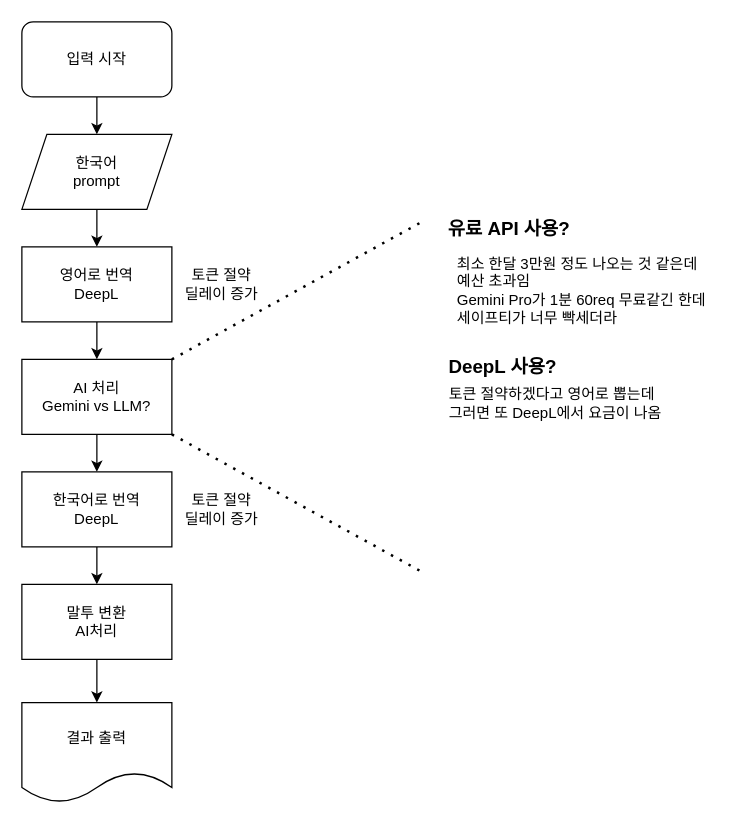
Before: Plan.drawio in uheej0625/MyAiFriend, a draw.io diagram. Source tidied: cells renumbered, new cells numbered last; positions are measured from the earlier drawing's top-left corner, leaving out a move shared by most shapes. Both pictures are drawn from the tidied source at 125%, with x=0, y=0 at pixel (21, 21).
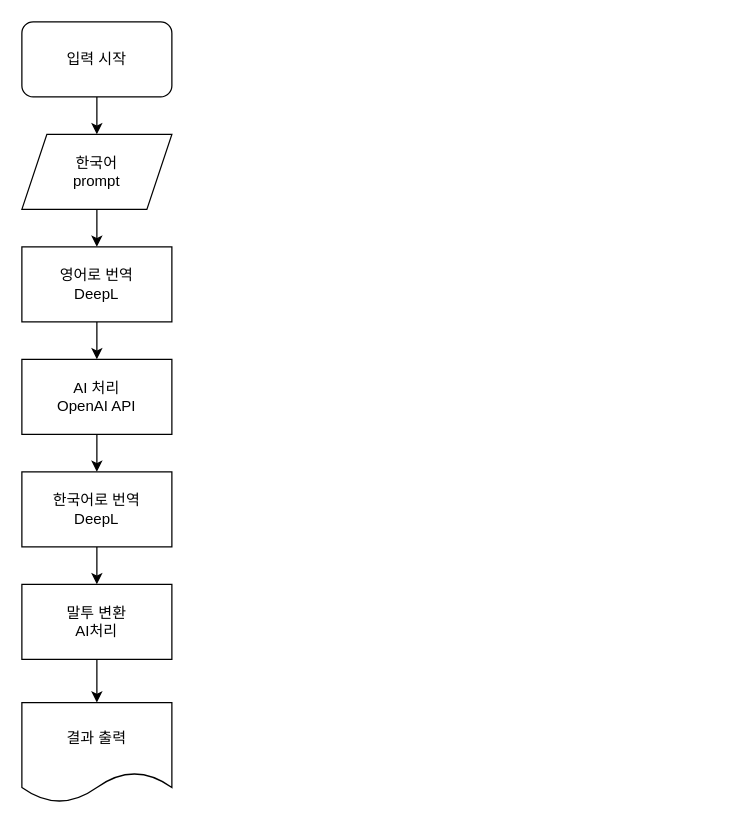
The same page after the edit.

The edit, as a diff of the source:
```diff
@@
-    <mxCell id="10" value="AI 처리&lt;br&gt;Gemini vs LLM?" style="rounded=0;whiteSpace=wrap;html=1;" parent="1" vertex="1">
+    <mxCell id="10" value="AI 처리&lt;br&gt;OpenAI API" style="rounded=0;whiteSpace=wrap;html=1;" parent="1" vertex="1">
       <mxGeometry y="270" width="120" height="60" as="geometry" />
     </mxCell>
@@
-    <mxCell id="15" value="토큰 절약&lt;br&gt;딜레이 증가" style="text;html=1;strokeColor=none;fillColor=none;align=center;verticalAlign=middle;whiteSpace=wrap;rounded=0;" parent="1" vertex="1">
-      <mxGeometry x="120" y="195" width="80" height="30" as="geometry" />
-    </mxCell>
-    <mxCell id="16" value="토큰 절약&lt;br&gt;딜레이 증가" style="text;html=1;strokeColor=none;fillColor=none;align=center;verticalAlign=middle;whiteSpace=wrap;rounded=0;" parent="1" vertex="1">
-      <mxGeometry x="120" y="375" width="80" height="30" as="geometry" />
-    </mxCell>
-    <mxCell id="17" style="endArrow=none;dashed=1;html=1;dashPattern=1 3;strokeWidth=2;rounded=0;" parent="1" edge="1">
-      <mxGeometry relative="1" as="geometry">
-        <mxPoint x="120" y="330" as="sourcePoint" />
-        <mxPoint x="320" y="440" as="targetPoint" />
-      </mxGeometry>
-    </mxCell>
-    <mxCell id="18" style="endArrow=none;dashed=1;html=1;dashPattern=1 3;strokeWidth=2;rounded=0;exitX=1;exitY=0;exitDx=0;exitDy=0;" parent="1" edge="1" source="10">
-      <mxGeometry relative="1" as="geometry">
-        <mxPoint x="320" y="160" as="targetPoint" />
-      </mxGeometry>
-    </mxCell>
-    <mxCell id="19" value="&lt;b&gt;&lt;font style=&quot;font-size: 15px;&quot;&gt;유료 API 사용?&lt;/font&gt;&lt;/b&gt;" style="text;html=1;strokeColor=none;fillColor=none;align=center;verticalAlign=middle;whiteSpace=wrap;rounded=0;" parent="1" vertex="1">
-      <mxGeometry x="330" y="150" width="120" height="30" as="geometry" />
-    </mxCell>
-    <mxCell id="20" value="&lt;div style=&quot;text-align: left;&quot;&gt;&lt;span style=&quot;background-color: initial;&quot;&gt;최소 한달 3만원 정도 나오는 것 같은데&lt;/span&gt;&lt;/div&gt;&lt;div style=&quot;text-align: left;&quot;&gt;&lt;span style=&quot;background-color: initial;&quot;&gt;예산 초과임&lt;/span&gt;&lt;/div&gt;&lt;div style=&quot;text-align: left;&quot;&gt;Gemini Pro가 1분 60req 무료같긴 한데&lt;/div&gt;&lt;div style=&quot;text-align: left;&quot;&gt;세이프티가 너무 빡세더라&lt;/div&gt;" style="text;html=1;strokeColor=none;fillColor=none;align=center;verticalAlign=middle;whiteSpace=wrap;rounded=0;" parent="1" vertex="1">
-      <mxGeometry x="340" y="170" width="216" height="90" as="geometry" />
-    </mxCell>
-    <mxCell id="21" value="&lt;span style=&quot;font-size: 15px;&quot;&gt;&lt;b&gt;DeepL 사용?&lt;/b&gt;&lt;/span&gt;" style="text;html=1;strokeColor=none;fillColor=none;align=center;verticalAlign=middle;whiteSpace=wrap;rounded=0;" parent="1" vertex="1">
-      <mxGeometry x="330" y="260" width="110" height="30" as="geometry" />
-    </mxCell>
-    <mxCell id="22" value="&lt;div style=&quot;&quot;&gt;토큰 절약하겠다고 영어로 뽑는데&lt;/div&gt;&lt;div style=&quot;&quot;&gt;그러면 또 DeepL에서 요금이 나옴&lt;/div&gt;" style="text;html=1;strokeColor=none;fillColor=none;align=left;verticalAlign=middle;whiteSpace=wrap;rounded=0;" parent="1" vertex="1">
-      <mxGeometry x="340" y="280" width="216" height="50" as="geometry" />
-    </mxCell>
```
